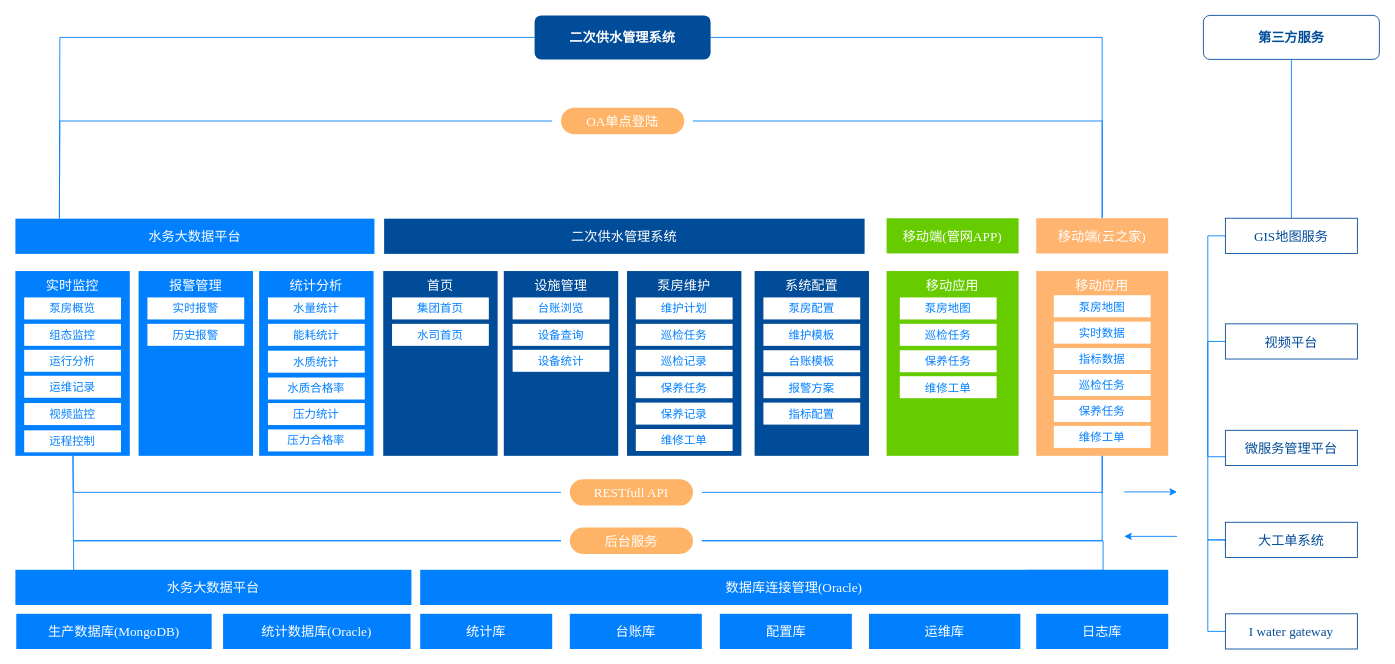
This is page "功能结构图2" (4 of 6) of 二供ER图.drawio from lpeng589/draw, a draw.io file, before an edit. Source tidied: cells renumbered, new cells numbered last; positions are measured from the earlier drawing's top-left corner, leaving out a move shared by most shapes. Both pictures are drawn from the tidied source at 88%, with x=0, y=0 at pixel (15, 15).
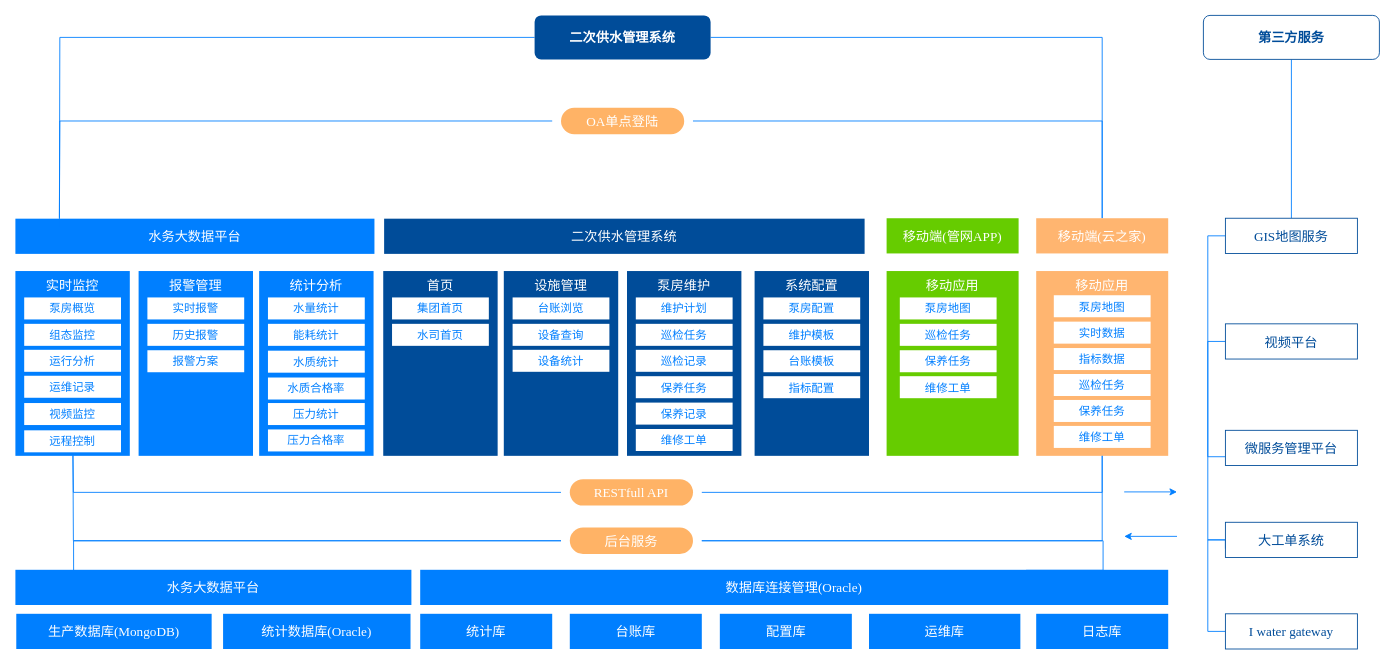
After the change.

Diff of the diagram source:
```diff
@@
-    <mxCell id="39" value="报警方案" style="rounded=0;whiteSpace=wrap;html=1;fontSize=13;align=center;labelBackgroundColor=none;fillColor=#FFFFFF;fontColor=#007FFF;strokeColor=none;fontFamily=Times New Roman;" parent="1" vertex="1">
+    <mxCell id="39" value="指标配置" style="rounded=0;whiteSpace=wrap;html=1;fontSize=13;align=center;labelBackgroundColor=none;fillColor=#FFFFFF;fontColor=#007FFF;strokeColor=none;fontFamily=Times New Roman;" parent="1" vertex="1">
       <mxGeometry x="850" y="410" width="110" height="25" as="geometry" />
     </mxCell>
@@
-    <mxCell id="46" value="指标配置" style="rounded=0;whiteSpace=wrap;html=1;fontSize=13;align=center;labelBackgroundColor=none;fillColor=#FFFFFF;fontColor=#007FFF;strokeColor=none;fontFamily=Times New Roman;" parent="1" vertex="1">
-      <mxGeometry x="850" y="440" width="110" height="25" as="geometry" />
+    <mxCell id="46" value="报警方案" style="rounded=0;whiteSpace=wrap;html=1;fontSize=13;align=center;labelBackgroundColor=none;fillColor=#FFFFFF;fontColor=#007FFF;strokeColor=none;fontFamily=Times New Roman;" parent="1" vertex="1">
+      <mxGeometry x="150" y="380.5" width="110" height="25" as="geometry" />
     </mxCell>
```
